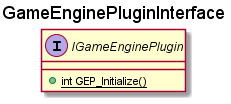
The PlantUML diagram GameEnginePlugin/Docs/GameEnginePluginInterface.png in stevostj/Sandbox, before a commit.
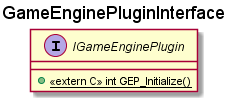
The same file after the commit.

What changed in the source:
```diff
@@ -3,7 +3,7 @@
 title "GameEnginePluginInterface"
 
 interface "IGameEnginePlugin"  as IGEP {
-    + {static} int GEP_Initialize()
+    + {static} <<extern C>> int GEP_Initialize()
 }
 
 @enduml
```
